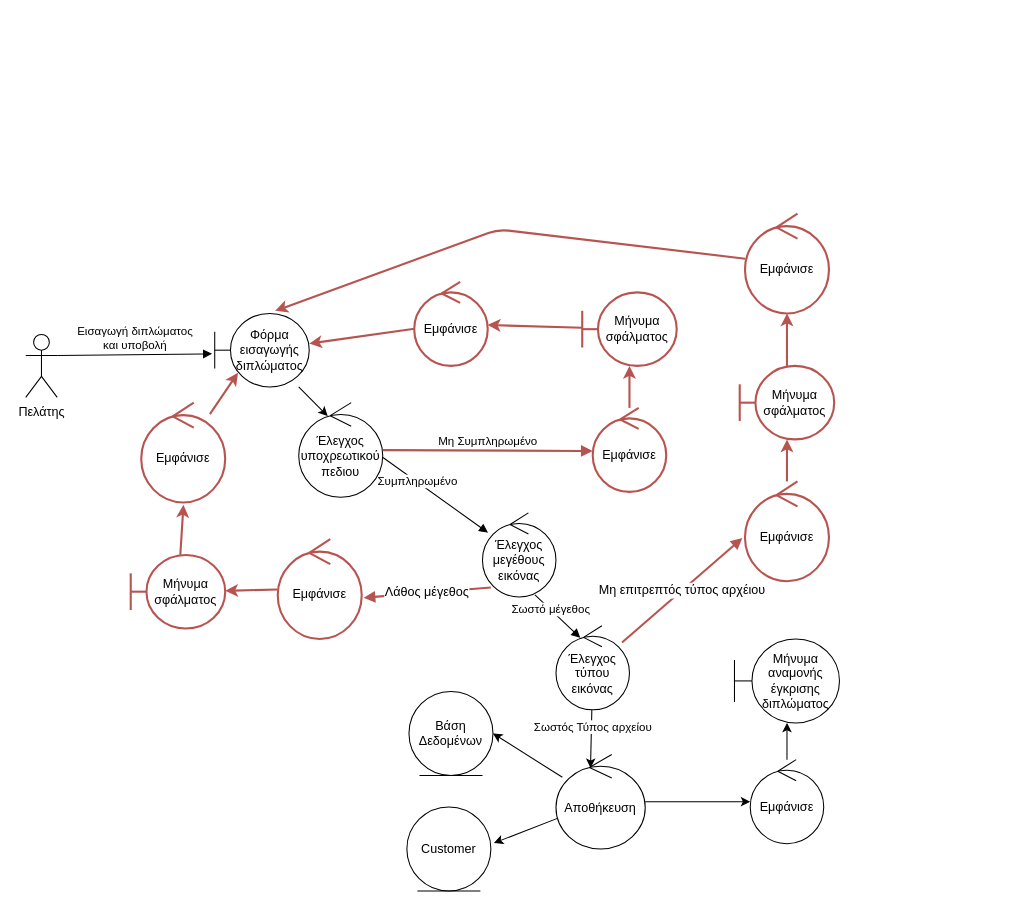
Earlier version of the draw.io diagram Part_2/Robustness/diagrams/04_Εισαγωγή_Διπλώματος_Οδήγησης.drawio (Nikolis2002/texnoligia_logismikou). Source tidied: cells renumbered, new cells numbered last; positions are measured from the earlier drawing's top-left corner, leaving out a move shared by most shapes. Both pictures are drawn from the tidied source at 105%, with x=0, y=0 at pixel (25, 213).
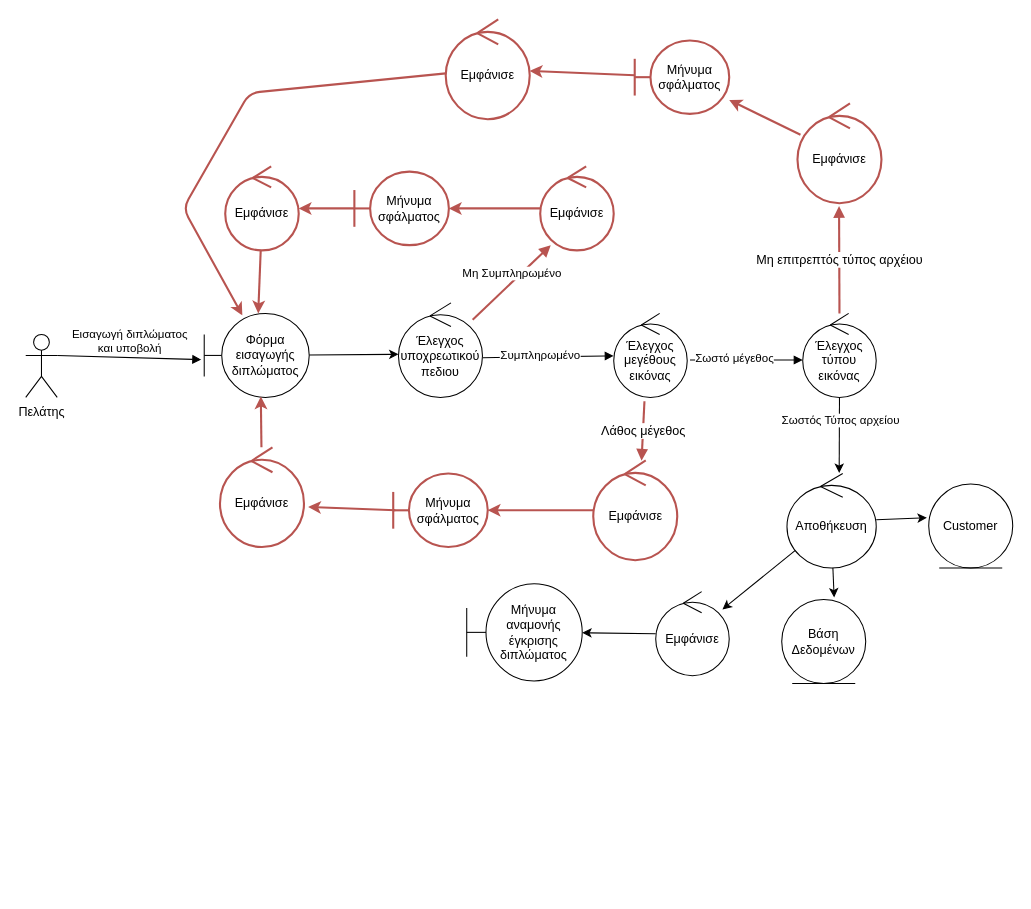
The same diagram, later.

Unchanged cells that the change refers to:
```xml
<mxCell id="3" style="html=1;verticalAlign=bottom;endArrow=block;curved=0;rounded=0;exitX=1.003;exitY=0.58;exitDx=0;exitDy=0;exitPerimeter=0;" parent="1" edge="1" source="5" target="7">
  <mxGeometry relative="1" as="geometry" />
</mxCell>
```

Change to the diagram source:
```diff
@@
     <mxCell id="4" value="Συμπληρωμένο" style="edgeLabel;html=1;align=center;verticalAlign=middle;" parent="3" vertex="1">
-      <mxGeometry x="-0.37" y="1" relative="1" as="geometry" />
+      <mxGeometry x="-0.37" y="1" relative="1" as="geometry">
+        <mxPoint x="15" y="-1" as="offset" />
+      </mxGeometry>
     </mxCell>
     <mxCell id="5" value="Έλεγχος υποχρεωτικού πεδιου" style="ellipse;shape=umlControl;whiteSpace=wrap;html=1;" parent="1" vertex="1">
-      <mxGeometry x="260" y="180" width="80" height="90" as="geometry" />
+      <mxGeometry x="355" y="85" width="80" height="90" as="geometry" />
     </mxCell>
@@
     <mxCell id="7" value="Έλεγχος μεγέθους εικόνας" style="ellipse;shape=umlControl;whiteSpace=wrap;html=1;" parent="1" vertex="1">
-      <mxGeometry x="435" y="285" width="70" height="80" as="geometry" />
+      <mxGeometry x="560" y="95" width="70" height="80" as="geometry" />
     </mxCell>
-    <mxCell id="8" style="html=1;verticalAlign=bottom;endArrow=block;curved=0;rounded=0;exitX=0.714;exitY=0.977;exitDx=0;exitDy=0;exitPerimeter=0;entryX=0.33;entryY=0.143;entryDx=0;entryDy=0;entryPerimeter=0;" parent="1" edge="1" source="7" target="42">
+    <mxCell id="8" style="html=1;verticalAlign=bottom;endArrow=block;curved=0;rounded=0;exitX=1.038;exitY=0.554;exitDx=0;exitDy=0;exitPerimeter=0;entryX=0;entryY=0.554;entryDx=0;entryDy=0;entryPerimeter=0;" parent="1" edge="1" source="7" target="42">
       <mxGeometry relative="1" as="geometry" />
     </mxCell>
@@
-    <mxCell id="11" style="edgeStyle=none;html=1;entryX=1;entryY=0.5;entryDx=0;entryDy=0;strokeWidth=1;" parent="1" edge="1" source="13" target="43">
+    <mxCell id="11" style="edgeStyle=none;html=1;entryX=0.624;entryY=-0.025;entryDx=0;entryDy=0;strokeWidth=1;entryPerimeter=0;" parent="1" edge="1" source="13" target="43">
       <mxGeometry relative="1" as="geometry" />
     </mxCell>
-    <mxCell id="12" style="edgeStyle=none;html=1;entryX=1.036;entryY=0.43;entryDx=0;entryDy=0;entryPerimeter=0;strokeWidth=1;" parent="1" edge="1" source="13" target="44">
+    <mxCell id="12" style="edgeStyle=none;html=1;entryX=-0.022;entryY=0.402;entryDx=0;entryDy=0;entryPerimeter=0;strokeWidth=1;" parent="1" edge="1" source="13" target="44">
       <mxGeometry relative="1" as="geometry" />
     </mxCell>
     <mxCell id="13" value="Αποθήκευση" style="ellipse;shape=umlControl;whiteSpace=wrap;html=1;" parent="1" vertex="1">
-      <mxGeometry x="505" y="515" width="85" height="90" as="geometry" />
+      <mxGeometry x="725" y="247.5" width="85" height="90" as="geometry" />
     </mxCell>
-    <mxCell id="14" value="Μη Συμπληρωμένο" style="html=1;verticalAlign=bottom;endArrow=block;curved=0;rounded=0;entryX=0;entryY=0.513;entryDx=0;entryDy=0;entryPerimeter=0;fillColor=#f8cecc;strokeColor=#b85450;strokeWidth=2;" parent="1" edge="1" source="5" target="16">
+    <mxCell id="14" value="Μη Συμπληρωμένο" style="html=1;verticalAlign=bottom;endArrow=block;curved=0;rounded=0;entryX=0.143;entryY=0.938;entryDx=0;entryDy=0;entryPerimeter=0;fillColor=#f8cecc;strokeColor=#b85450;strokeWidth=2;" parent="1" edge="1" source="5" target="16">
       <mxGeometry relative="1" as="geometry" />
     </mxCell>
@@
     <mxCell id="16" value="Εμφάνισε" style="ellipse;shape=umlControl;whiteSpace=wrap;html=1;fillColor=none;strokeColor=#b85450;strokeWidth=2;" parent="1" vertex="1">
-      <mxGeometry x="540" y="185" width="70" height="80" as="geometry" />
+      <mxGeometry x="490" y="-45" width="70" height="80" as="geometry" />
     </mxCell>
-    <mxCell id="17" value="Λάθος μέγεθος" style="html=1;verticalAlign=middle;endArrow=block;curved=0;rounded=0;entryX=1.022;entryY=0.587;entryDx=0;entryDy=0;entryPerimeter=0;exitX=0.114;exitY=0.888;exitDx=0;exitDy=0;exitPerimeter=0;fontSize=12;fillColor=none;strokeColor=#b85450;strokeWidth=2;" parent="1" edge="1" source="7" target="29">
+    <mxCell id="17" value="Λάθος μέγεθος" style="html=1;verticalAlign=middle;endArrow=block;curved=0;rounded=0;entryX=0.575;entryY=0.002;entryDx=0;entryDy=0;entryPerimeter=0;exitX=0.418;exitY=1.046;exitDx=0;exitDy=0;exitPerimeter=0;fontSize=12;fillColor=none;strokeColor=#b85450;strokeWidth=2;" parent="1" edge="1" source="7" target="29">
       <mxGeometry relative="1" as="geometry" />
     </mxCell>
@@
     <mxCell id="19" value="Εμφάνισε" style="ellipse;shape=umlControl;whiteSpace=wrap;html=1;" parent="1" vertex="1">
-      <mxGeometry x="690" y="520" width="70" height="80" as="geometry" />
+      <mxGeometry x="600" y="360" width="70" height="80" as="geometry" />
     </mxCell>
-    <mxCell id="20" value="Μη επιτρεπτός τύπος αρχέιου" style="html=1;verticalAlign=middle;endArrow=block;curved=0;rounded=0;entryX=-0.03;entryY=0.566;entryDx=0;entryDy=0;entryPerimeter=0;fontSize=12;fillColor=none;strokeColor=#b85450;strokeWidth=2;" parent="1" edge="1" source="42" target="37">
+    <mxCell id="20" value="Μη επιτρεπτός τύπος αρχέιου" style="html=1;verticalAlign=middle;endArrow=block;curved=0;rounded=0;entryX=0.495;entryY=1.029;entryDx=0;entryDy=0;entryPerimeter=0;fontSize=12;fillColor=none;strokeColor=#b85450;strokeWidth=2;" parent="1" edge="1" source="42" target="37">
       <mxGeometry relative="1" as="geometry" />
     </mxCell>
-    <mxCell id="21" style="edgeStyle=none;html=1;entryX=0.345;entryY=0.141;entryDx=0;entryDy=0;entryPerimeter=0;strokeWidth=1;" parent="1" edge="1" source="22" target="5">
+    <mxCell id="21" style="edgeStyle=none;html=1;entryX=0;entryY=0.544;entryDx=0;entryDy=0;entryPerimeter=0;strokeWidth=1;" parent="1" edge="1" source="22" target="5">
       <mxGeometry relative="1" as="geometry" />
     </mxCell>
     <mxCell id="22" value="Φόρμα εισαγωγής διπλώματος" style="shape=umlBoundary;whiteSpace=wrap;html=1;" parent="1" vertex="1">
-      <mxGeometry x="180" y="95" width="90" height="70" as="geometry" />
+      <mxGeometry x="170" y="95" width="100" height="80" as="geometry" />
     </mxCell>
     <mxCell id="23" value="Μήνυμα αναμονής έγκρισης διπλώματος" style="shape=umlBoundary;whiteSpace=wrap;html=1;" parent="1" vertex="1">
-      <mxGeometry x="675" y="405" width="100" height="80" as="geometry" />
+      <mxGeometry x="420" y="352.5" width="110" height="92.5" as="geometry" />
     </mxCell>
@@
     <mxCell id="25" value="Εμφάνισε" style="ellipse;shape=umlControl;whiteSpace=wrap;html=1;fillColor=none;strokeColor=#b85450;strokeWidth=2;" parent="1" vertex="1">
-      <mxGeometry x="370" y="65" width="70" height="80" as="geometry" />
+      <mxGeometry x="190" y="-45" width="70" height="80" as="geometry" />
     </mxCell>
@@
     <mxCell id="27" value="Μήνυμα σφάλματος" style="shape=umlBoundary;whiteSpace=wrap;html=1;fillColor=none;strokeColor=#b85450;strokeWidth=2;" parent="1" vertex="1">
-      <mxGeometry x="530" y="75" width="90" height="70" as="geometry" />
+      <mxGeometry x="313" y="-40" width="90" height="70" as="geometry" />
     </mxCell>
@@
     <mxCell id="29" value="Εμφάνισε" style="ellipse;shape=umlControl;whiteSpace=wrap;html=1;fillColor=none;strokeColor=#b85450;strokeWidth=2;" parent="1" vertex="1">
-      <mxGeometry x="240" y="310" width="80" height="95" as="geometry" />
+      <mxGeometry x="540.5" y="235" width="80" height="95" as="geometry" />
     </mxCell>
-    <mxCell id="30" style="edgeStyle=none;html=1;entryX=0.503;entryY=1.023;entryDx=0;entryDy=0;entryPerimeter=0;strokeWidth=2;fontSize=12;fillColor=none;strokeColor=#b85450;" parent="1" edge="1" source="31" target="33">
+    <mxCell id="30" style="edgeStyle=none;html=1;strokeWidth=2;fontSize=12;fillColor=none;strokeColor=#b85450;exitX=0.022;exitY=0.5;exitDx=0;exitDy=0;exitPerimeter=0;entryX=1.05;entryY=0.598;entryDx=0;entryDy=0;entryPerimeter=0;" parent="1" edge="1" source="31" target="33">
       <mxGeometry relative="1" as="geometry" />
     </mxCell>
     <mxCell id="31" value="Μήνυμα σφάλματος" style="shape=umlBoundary;whiteSpace=wrap;html=1;fillColor=none;strokeColor=#b85450;strokeWidth=2;" parent="1" vertex="1">
-      <mxGeometry x="100" y="325" width="90" height="70" as="geometry" />
+      <mxGeometry x="350" y="247.5" width="90" height="70" as="geometry" />
     </mxCell>
-    <mxCell id="32" style="edgeStyle=none;html=1;entryX=0.246;entryY=0.808;entryDx=0;entryDy=0;entryPerimeter=0;strokeWidth=2;fontSize=12;fillColor=none;strokeColor=#b85450;" parent="1" edge="1" source="33" target="22">
+    <mxCell id="32" style="edgeStyle=none;html=1;entryX=0.539;entryY=0.988;entryDx=0;entryDy=0;entryPerimeter=0;strokeWidth=2;fontSize=12;fillColor=none;strokeColor=#b85450;" parent="1" edge="1" source="33" target="22">
       <mxGeometry relative="1" as="geometry" />
     </mxCell>
     <mxCell id="33" value="Εμφάνισε" style="ellipse;shape=umlControl;whiteSpace=wrap;html=1;fillColor=none;strokeColor=#b85450;strokeWidth=2;" parent="1" vertex="1">
-      <mxGeometry x="110" y="180" width="80" height="95" as="geometry" />
+      <mxGeometry x="185" y="222.5" width="80" height="95" as="geometry" />
     </mxCell>
@@
     <mxCell id="35" value="Μήνυμα σφάλματος" style="shape=umlBoundary;whiteSpace=wrap;html=1;fillColor=none;strokeColor=#b85450;strokeWidth=2;" parent="1" vertex="1">
-      <mxGeometry x="680" y="145" width="90" height="70" as="geometry" />
+      <mxGeometry x="580" y="-165" width="90" height="70" as="geometry" />
     </mxCell>
@@
     <mxCell id="37" value="Εμφάνισε" style="ellipse;shape=umlControl;whiteSpace=wrap;html=1;fillColor=none;strokeColor=#b85450;strokeWidth=2;" parent="1" vertex="1">
-      <mxGeometry x="685" y="255" width="80" height="95" as="geometry" />
+      <mxGeometry x="735" y="-105" width="80" height="95" as="geometry" />
     </mxCell>
-    <mxCell id="38" style="edgeStyle=none;html=1;entryX=0.64;entryY=-0.035;entryDx=0;entryDy=0;entryPerimeter=0;strokeWidth=2;fontSize=12;fillColor=none;strokeColor=#b85450;" parent="1" edge="1" source="39" target="22">
+    <mxCell id="38" style="edgeStyle=none;html=1;entryX=0.363;entryY=0.023;entryDx=0;entryDy=0;entryPerimeter=0;strokeWidth=2;fontSize=12;fillColor=none;strokeColor=#b85450;" parent="1" edge="1" source="39" target="22">
       <mxGeometry relative="1" as="geometry">
         <Array as="points">
-          <mxPoint x="450" y="15" />
+          <mxPoint x="213" y="-115" />
+          <mxPoint x="150" y="-5" />
         </Array>
       </mxGeometry>
     </mxCell>
     <mxCell id="39" value="Εμφάνισε" style="ellipse;shape=umlControl;whiteSpace=wrap;html=1;fillColor=none;strokeColor=#b85450;strokeWidth=2;" parent="1" vertex="1">
-      <mxGeometry x="685" width="80" height="95" as="geometry" />
+      <mxGeometry x="400" y="-185" width="80" height="95" as="geometry" />
     </mxCell>
-    <mxCell id="40" style="edgeStyle=none;html=1;entryX=0.387;entryY=0.143;entryDx=0;entryDy=0;entryPerimeter=0;strokeWidth=1;" parent="1" edge="1" source="42" target="13">
+    <mxCell id="40" style="edgeStyle=none;html=1;entryX=0.585;entryY=-0.006;entryDx=0;entryDy=0;entryPerimeter=0;strokeWidth=1;" parent="1" edge="1" source="42" target="13">
       <mxGeometry relative="1" as="geometry" />
     </mxCell>
@@
     <mxCell id="42" value="Έλεγχος τύπου εικόνας" style="ellipse;shape=umlControl;whiteSpace=wrap;html=1;" parent="1" vertex="1">
-      <mxGeometry x="505" y="392.5" width="70" height="80" as="geometry" />
+      <mxGeometry x="740" y="95" width="70" height="80" as="geometry" />
     </mxCell>
     <mxCell id="43" value="Βάση Δεδομένων" style="ellipse;shape=umlEntity;whiteSpace=wrap;html=1;strokeWidth=1;fillColor=none;" parent="1" vertex="1">
-      <mxGeometry x="365" y="455" width="80" height="80" as="geometry" />
+      <mxGeometry x="720" y="367.5" width="80" height="80" as="geometry" />
     </mxCell>
     <mxCell id="44" value="Customer" style="ellipse;shape=umlEntity;whiteSpace=wrap;html=1;" parent="1" vertex="1">
-      <mxGeometry x="363" y="565" width="80" height="80" as="geometry" />
+      <mxGeometry x="860" y="257.5" width="80" height="80" as="geometry" />
     </mxCell>
```
